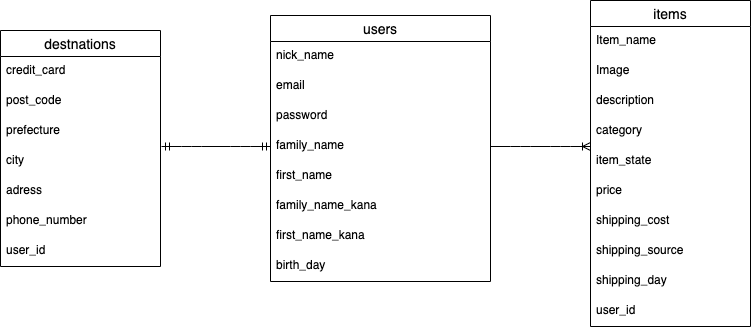
The draw.io diagram ERD.png in sochi0720/furima-33467, before a commit. Source tidied: cells renumbered, new cells last; positions are measured from the earlier drawing's top-left corner, leaving out a move shared by most shapes. The source it was exported from:
```xml
<mxGraphModel>
  <root>
    <mxCell id="0" />
    <mxCell id="1" parent="0" />
    <mxCell id="2" value="items" style="swimlane;fontStyle=0;horizontal=1;startSize=26;align=center;fontSize=14;" parent="1" vertex="1">
      <mxGeometry x="590" width="160" height="326" as="geometry" />
    </mxCell>
    <mxCell id="3" value="Item_name" style="text;strokeColor=none;fillColor=none;spacingLeft=4;spacingRight=4;overflow=hidden;fontSize=12;" parent="2" vertex="1">
      <mxGeometry y="26" width="160" height="30" as="geometry" />
    </mxCell>
    <mxCell id="4" value="Image" style="text;strokeColor=none;fillColor=none;spacingLeft=4;spacingRight=4;overflow=hidden;fontSize=12;" parent="2" vertex="1">
      <mxGeometry y="56" width="160" height="30" as="geometry" />
    </mxCell>
    <mxCell id="5" value="description" style="text;strokeColor=none;fillColor=none;spacingLeft=4;spacingRight=4;overflow=hidden;fontSize=12;" parent="2" vertex="1">
      <mxGeometry y="86" width="160" height="30" as="geometry" />
    </mxCell>
    <mxCell id="6" value="category" style="text;strokeColor=none;fillColor=none;spacingLeft=4;spacingRight=4;overflow=hidden;fontSize=12;" parent="2" vertex="1">
      <mxGeometry y="116" width="160" height="30" as="geometry" />
    </mxCell>
    <mxCell id="7" value="item_state" style="text;strokeColor=none;fillColor=none;spacingLeft=4;spacingRight=4;overflow=hidden;fontSize=12;" parent="2" vertex="1">
      <mxGeometry y="146" width="160" height="30" as="geometry" />
    </mxCell>
    <mxCell id="8" value="price" style="text;strokeColor=none;fillColor=none;spacingLeft=4;spacingRight=4;overflow=hidden;fontSize=12;" parent="2" vertex="1">
      <mxGeometry y="176" width="160" height="30" as="geometry" />
    </mxCell>
    <mxCell id="9" value="shipping_cost" style="text;strokeColor=none;fillColor=none;spacingLeft=4;spacingRight=4;overflow=hidden;fontSize=12;" parent="2" vertex="1">
      <mxGeometry y="206" width="160" height="30" as="geometry" />
    </mxCell>
    <mxCell id="10" value="shipping_source" style="text;strokeColor=none;fillColor=none;spacingLeft=4;spacingRight=4;overflow=hidden;fontSize=12;" parent="2" vertex="1">
      <mxGeometry y="236" width="160" height="30" as="geometry" />
    </mxCell>
    <mxCell id="11" value="shipping_day" style="text;strokeColor=none;fillColor=none;spacingLeft=4;spacingRight=4;overflow=hidden;fontSize=12;" parent="2" vertex="1">
      <mxGeometry y="266" width="160" height="30" as="geometry" />
    </mxCell>
    <mxCell id="12" value="user_id" style="text;strokeColor=none;fillColor=none;spacingLeft=4;spacingRight=4;overflow=hidden;fontSize=12;" parent="2" vertex="1">
      <mxGeometry y="296" width="160" height="30" as="geometry" />
    </mxCell>
    <mxCell id="13" value="destnations" style="swimlane;fontStyle=0;horizontal=1;startSize=26;align=center;fontSize=14;" parent="1" vertex="1">
      <mxGeometry y="30" width="160" height="236" as="geometry" />
    </mxCell>
    <mxCell id="14" value="credit_card" style="text;strokeColor=none;fillColor=none;spacingLeft=4;spacingRight=4;overflow=hidden;fontSize=12;" parent="13" vertex="1">
      <mxGeometry y="26" width="160" height="30" as="geometry" />
    </mxCell>
    <mxCell id="15" value="post_code" style="text;strokeColor=none;fillColor=none;spacingLeft=4;spacingRight=4;overflow=hidden;fontSize=12;" parent="13" vertex="1">
      <mxGeometry y="56" width="160" height="30" as="geometry" />
    </mxCell>
    <mxCell id="16" value="prefecture" style="text;strokeColor=none;fillColor=none;spacingLeft=4;spacingRight=4;overflow=hidden;fontSize=12;" parent="13" vertex="1">
      <mxGeometry y="86" width="160" height="30" as="geometry" />
    </mxCell>
    <mxCell id="17" style="edgeStyle=entityRelationEdgeStyle;fontSize=12;html=1;endArrow=ERmandOne;startArrow=ERmandOne;" parent="13" edge="1">
      <mxGeometry relative="1" as="geometry">
        <mxPoint x="161" y="116" as="sourcePoint" />
        <mxPoint x="270" y="116" as="targetPoint" />
      </mxGeometry>
    </mxCell>
    <mxCell id="18" value="city" style="text;strokeColor=none;fillColor=none;spacingLeft=4;spacingRight=4;overflow=hidden;fontSize=12;" parent="13" vertex="1">
      <mxGeometry y="116" width="160" height="30" as="geometry" />
    </mxCell>
    <mxCell id="19" value="adress" style="text;strokeColor=none;fillColor=none;spacingLeft=4;spacingRight=4;overflow=hidden;fontSize=12;" parent="13" vertex="1">
      <mxGeometry y="146" width="160" height="30" as="geometry" />
    </mxCell>
    <mxCell id="20" value="phone_number" style="text;strokeColor=none;fillColor=none;spacingLeft=4;spacingRight=4;overflow=hidden;fontSize=12;" parent="13" vertex="1">
      <mxGeometry y="176" width="160" height="30" as="geometry" />
    </mxCell>
    <mxCell id="21" value="user_id" style="text;strokeColor=none;fillColor=none;spacingLeft=4;spacingRight=4;overflow=hidden;fontSize=12;" parent="13" vertex="1">
      <mxGeometry y="206" width="160" height="30" as="geometry" />
    </mxCell>
    <mxCell id="22" value="users" style="swimlane;fontStyle=0;horizontal=1;startSize=26;align=center;fontSize=14;" parent="1" vertex="1">
      <mxGeometry x="270" y="15" width="220" height="266" as="geometry" />
    </mxCell>
    <mxCell id="23" value="nick_name" style="text;strokeColor=none;fillColor=none;spacingLeft=4;spacingRight=4;overflow=hidden;fontSize=12;" parent="22" vertex="1">
      <mxGeometry y="26" width="220" height="30" as="geometry" />
    </mxCell>
    <mxCell id="24" value="email" style="text;strokeColor=none;fillColor=none;spacingLeft=4;spacingRight=4;overflow=hidden;fontSize=12;" parent="22" vertex="1">
      <mxGeometry y="56" width="220" height="30" as="geometry" />
    </mxCell>
    <mxCell id="25" value="password" style="text;strokeColor=none;fillColor=none;spacingLeft=4;spacingRight=4;overflow=hidden;fontSize=12;" parent="22" vertex="1">
      <mxGeometry y="86" width="220" height="30" as="geometry" />
    </mxCell>
    <mxCell id="26" value="family_name" style="text;strokeColor=none;fillColor=none;spacingLeft=4;spacingRight=4;overflow=hidden;points=[[0,0.5],[1,0.5]];portConstraint=eastwest;fontSize=12;" parent="22" vertex="1">
      <mxGeometry y="116" width="220" height="30" as="geometry" />
    </mxCell>
    <mxCell id="27" value="first_name" style="text;strokeColor=none;fillColor=none;spacingLeft=4;spacingRight=4;overflow=hidden;fontSize=12;" parent="22" vertex="1">
      <mxGeometry y="146" width="220" height="30" as="geometry" />
    </mxCell>
    <mxCell id="28" value="family_name_kana" style="text;strokeColor=none;fillColor=none;spacingLeft=4;spacingRight=4;overflow=hidden;fontSize=12;" parent="22" vertex="1">
      <mxGeometry y="176" width="220" height="30" as="geometry" />
    </mxCell>
    <mxCell id="29" value="first_name_kana" style="text;strokeColor=none;fillColor=none;spacingLeft=4;spacingRight=4;overflow=hidden;fontSize=12;" parent="22" vertex="1">
      <mxGeometry y="206" width="220" height="30" as="geometry" />
    </mxCell>
    <mxCell id="30" value="birth_day" style="text;strokeColor=none;fillColor=none;spacingLeft=4;spacingRight=4;overflow=hidden;fontSize=12;" parent="22" vertex="1">
      <mxGeometry y="236" width="220" height="30" as="geometry" />
    </mxCell>
    <mxCell id="31" style="edgeStyle=entityRelationEdgeStyle;fontSize=12;html=1;endArrow=ERoneToMany;exitX=1;exitY=0.5;exitDx=0;exitDy=0;" parent="1" edge="1" source="26">
      <mxGeometry relative="1" as="geometry">
        <mxPoint x="590" y="146" as="targetPoint" />
      </mxGeometry>
    </mxCell>
  </root>
</mxGraphModel>
```
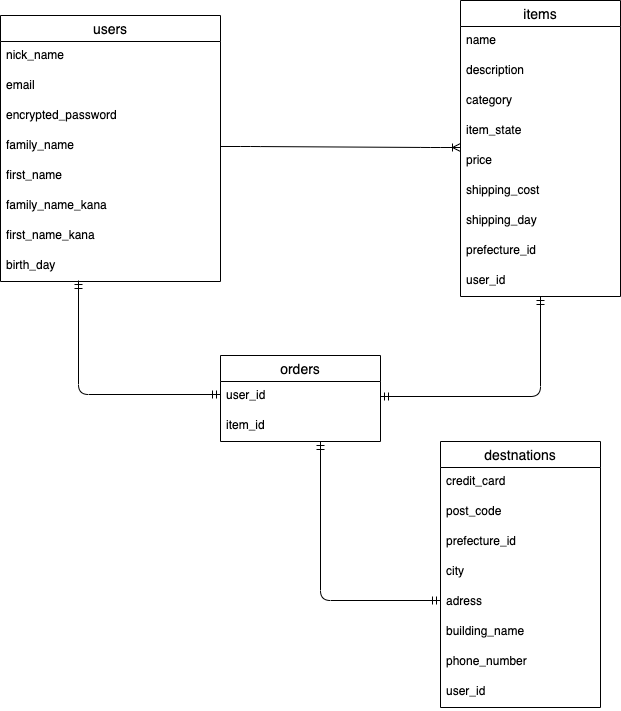
Above is the later version.

Change to the diagram source:
```diff
@@ -3,40 +3,37 @@
     <mxCell id="0" />
     <mxCell id="1" parent="0" />
     <mxCell id="2" value="items" style="swimlane;fontStyle=0;horizontal=1;startSize=26;align=center;fontSize=14;" parent="1" vertex="1">
-      <mxGeometry x="590" width="160" height="326" as="geometry" />
+      <mxGeometry x="500" y="-45" width="160" height="296" as="geometry" />
     </mxCell>
-    <mxCell id="3" value="Item_name" style="text;strokeColor=none;fillColor=none;spacingLeft=4;spacingRight=4;overflow=hidden;fontSize=12;" parent="2" vertex="1">
+    <mxCell id="3" value="name" style="text;strokeColor=none;fillColor=none;spacingLeft=4;spacingRight=4;overflow=hidden;fontSize=12;" parent="2" vertex="1">
       <mxGeometry y="26" width="160" height="30" as="geometry" />
     </mxCell>
-    <mxCell id="4" value="Image" style="text;strokeColor=none;fillColor=none;spacingLeft=4;spacingRight=4;overflow=hidden;fontSize=12;" parent="2" vertex="1">
-      <mxGeometry y="56" width="160" height="30" as="geometry" />
-    </mxCell>
     <mxCell id="5" value="description" style="text;strokeColor=none;fillColor=none;spacingLeft=4;spacingRight=4;overflow=hidden;fontSize=12;" parent="2" vertex="1">
-      <mxGeometry y="86" width="160" height="30" as="geometry" />
+      <mxGeometry y="56" width="160" height="30" as="geometry" />
     </mxCell>
     <mxCell id="6" value="category" style="text;strokeColor=none;fillColor=none;spacingLeft=4;spacingRight=4;overflow=hidden;fontSize=12;" parent="2" vertex="1">
-      <mxGeometry y="116" width="160" height="30" as="geometry" />
+      <mxGeometry y="86" width="160" height="30" as="geometry" />
     </mxCell>
     <mxCell id="7" value="item_state" style="text;strokeColor=none;fillColor=none;spacingLeft=4;spacingRight=4;overflow=hidden;fontSize=12;" parent="2" vertex="1">
-      <mxGeometry y="146" width="160" height="30" as="geometry" />
+      <mxGeometry y="116" width="160" height="30" as="geometry" />
     </mxCell>
     <mxCell id="8" value="price" style="text;strokeColor=none;fillColor=none;spacingLeft=4;spacingRight=4;overflow=hidden;fontSize=12;" parent="2" vertex="1">
-      <mxGeometry y="176" width="160" height="30" as="geometry" />
+      <mxGeometry y="146" width="160" height="30" as="geometry" />
     </mxCell>
     <mxCell id="9" value="shipping_cost" style="text;strokeColor=none;fillColor=none;spacingLeft=4;spacingRight=4;overflow=hidden;fontSize=12;" parent="2" vertex="1">
-      <mxGeometry y="206" width="160" height="30" as="geometry" />
+      <mxGeometry y="176" width="160" height="30" as="geometry" />
     </mxCell>
+    <mxCell id="11" value="shipping_day" style="text;strokeColor=none;fillColor=none;spacingLeft=4;spacingRight=4;overflow=hidden;fontSize=12;" parent="2" vertex="1">
+      <mxGeometry y="206" width="160" height="30" as="geometry" />
+    </mxCell>
-    <mxCell id="10" value="shipping_source" style="text;strokeColor=none;fillColor=none;spacingLeft=4;spacingRight=4;overflow=hidden;fontSize=12;" parent="2" vertex="1">
+    <mxCell id="10" value="prefecture_id" style="text;strokeColor=none;fillColor=none;spacingLeft=4;spacingRight=4;overflow=hidden;fontSize=12;" parent="2" vertex="1">
       <mxGeometry y="236" width="160" height="30" as="geometry" />
     </mxCell>
-    <mxCell id="11" value="shipping_day" style="text;strokeColor=none;fillColor=none;spacingLeft=4;spacingRight=4;overflow=hidden;fontSize=12;" parent="2" vertex="1">
-      <mxGeometry y="266" width="160" height="30" as="geometry" />
-    </mxCell>
     <mxCell id="12" value="user_id" style="text;strokeColor=none;fillColor=none;spacingLeft=4;spacingRight=4;overflow=hidden;fontSize=12;" parent="2" vertex="1">
-      <mxGeometry y="296" width="160" height="30" as="geometry" />
+      <mxGeometry y="266" width="160" height="30" as="geometry" />
     </mxCell>
     <mxCell id="13" value="destnations" style="swimlane;fontStyle=0;horizontal=1;startSize=26;align=center;fontSize=14;" parent="1" vertex="1">
-      <mxGeometry y="30" width="160" height="236" as="geometry" />
+      <mxGeometry x="480" y="396" width="160" height="266" as="geometry" />
     </mxCell>
     <mxCell id="14" value="credit_card" style="text;strokeColor=none;fillColor=none;spacingLeft=4;spacingRight=4;overflow=hidden;fontSize=12;" parent="13" vertex="1">
       <mxGeometry y="26" width="160" height="30" as="geometry" />
@@ -44,29 +41,26 @@
     <mxCell id="15" value="post_code" style="text;strokeColor=none;fillColor=none;spacingLeft=4;spacingRight=4;overflow=hidden;fontSize=12;" parent="13" vertex="1">
       <mxGeometry y="56" width="160" height="30" as="geometry" />
     </mxCell>
-    <mxCell id="16" value="prefecture" style="text;strokeColor=none;fillColor=none;spacingLeft=4;spacingRight=4;overflow=hidden;fontSize=12;" parent="13" vertex="1">
+    <mxCell id="16" value="prefecture_id" style="text;strokeColor=none;fillColor=none;spacingLeft=4;spacingRight=4;overflow=hidden;fontSize=12;" parent="13" vertex="1">
       <mxGeometry y="86" width="160" height="30" as="geometry" />
     </mxCell>
-    <mxCell id="17" style="edgeStyle=entityRelationEdgeStyle;fontSize=12;html=1;endArrow=ERmandOne;startArrow=ERmandOne;" parent="13" edge="1">
-      <mxGeometry relative="1" as="geometry">
-        <mxPoint x="161" y="116" as="sourcePoint" />
-        <mxPoint x="270" y="116" as="targetPoint" />
-      </mxGeometry>
-    </mxCell>
     <mxCell id="18" value="city" style="text;strokeColor=none;fillColor=none;spacingLeft=4;spacingRight=4;overflow=hidden;fontSize=12;" parent="13" vertex="1">
       <mxGeometry y="116" width="160" height="30" as="geometry" />
     </mxCell>
     <mxCell id="19" value="adress" style="text;strokeColor=none;fillColor=none;spacingLeft=4;spacingRight=4;overflow=hidden;fontSize=12;" parent="13" vertex="1">
       <mxGeometry y="146" width="160" height="30" as="geometry" />
     </mxCell>
+    <mxCell id="32" value="building_name&#10;" style="text;strokeColor=none;fillColor=none;spacingLeft=4;spacingRight=4;overflow=hidden;fontSize=12;" parent="13" vertex="1">
+      <mxGeometry y="176" width="160" height="30" as="geometry" />
+    </mxCell>
     <mxCell id="20" value="phone_number" style="text;strokeColor=none;fillColor=none;spacingLeft=4;spacingRight=4;overflow=hidden;fontSize=12;" parent="13" vertex="1">
-      <mxGeometry y="176" width="160" height="30" as="geometry" />
+      <mxGeometry y="206" width="160" height="30" as="geometry" />
     </mxCell>
     <mxCell id="21" value="user_id" style="text;strokeColor=none;fillColor=none;spacingLeft=4;spacingRight=4;overflow=hidden;fontSize=12;" parent="13" vertex="1">
-      <mxGeometry y="206" width="160" height="30" as="geometry" />
+      <mxGeometry y="236" width="160" height="30" as="geometry" />
     </mxCell>
     <mxCell id="22" value="users" style="swimlane;fontStyle=0;horizontal=1;startSize=26;align=center;fontSize=14;" parent="1" vertex="1">
-      <mxGeometry x="270" y="15" width="220" height="266" as="geometry" />
+      <mxGeometry x="40" y="-30" width="220" height="266" as="geometry" />
     </mxCell>
     <mxCell id="23" value="nick_name" style="text;strokeColor=none;fillColor=none;spacingLeft=4;spacingRight=4;overflow=hidden;fontSize=12;" parent="22" vertex="1">
       <mxGeometry y="26" width="220" height="30" as="geometry" />
@@ -74,7 +68,7 @@
     <mxCell id="24" value="email" style="text;strokeColor=none;fillColor=none;spacingLeft=4;spacingRight=4;overflow=hidden;fontSize=12;" parent="22" vertex="1">
       <mxGeometry y="56" width="220" height="30" as="geometry" />
     </mxCell>
-    <mxCell id="25" value="password" style="text;strokeColor=none;fillColor=none;spacingLeft=4;spacingRight=4;overflow=hidden;fontSize=12;" parent="22" vertex="1">
+    <mxCell id="25" value="encrypted_password" style="text;strokeColor=none;fillColor=none;spacingLeft=4;spacingRight=4;overflow=hidden;fontSize=12;" parent="22" vertex="1">
       <mxGeometry y="86" width="220" height="30" as="geometry" />
     </mxCell>
     <mxCell id="26" value="family_name" style="text;strokeColor=none;fillColor=none;spacingLeft=4;spacingRight=4;overflow=hidden;points=[[0,0.5],[1,0.5]];portConstraint=eastwest;fontSize=12;" parent="22" vertex="1">
@@ -94,8 +88,35 @@
     </mxCell>
     <mxCell id="31" style="edgeStyle=entityRelationEdgeStyle;fontSize=12;html=1;endArrow=ERoneToMany;exitX=1;exitY=0.5;exitDx=0;exitDy=0;" parent="1" edge="1" source="26">
       <mxGeometry relative="1" as="geometry">
-        <mxPoint x="590" y="146" as="targetPoint" />
+        <mxPoint x="500" y="102" as="targetPoint" />
       </mxGeometry>
     </mxCell>
+    <mxCell id="33" value="orders" style="swimlane;fontStyle=0;horizontal=1;startSize=26;align=center;fontSize=14;" parent="1" vertex="1">
+      <mxGeometry x="260" y="310" width="160" height="86" as="geometry" />
+    </mxCell>
+    <mxCell id="34" value="user_id" style="text;strokeColor=none;fillColor=none;spacingLeft=4;spacingRight=4;overflow=hidden;fontSize=12;" parent="33" vertex="1">
+      <mxGeometry y="26" width="160" height="30" as="geometry" />
+    </mxCell>
+    <mxCell id="35" value="item_id" style="text;strokeColor=none;fillColor=none;spacingLeft=4;spacingRight=4;overflow=hidden;fontSize=12;" parent="33" vertex="1">
+      <mxGeometry y="56" width="160" height="30" as="geometry" />
+    </mxCell>
+    <mxCell id="36" style="edgeStyle=orthogonalEdgeStyle;fontSize=12;html=1;endArrow=ERmandOne;startArrow=ERmandOne;" parent="1" edge="1">
+      <mxGeometry relative="1" as="geometry">
+        <mxPoint x="260" y="349" as="sourcePoint" />
+        <mxPoint x="118" y="235" as="targetPoint" />
+      </mxGeometry>
+    </mxCell>
+    <mxCell id="37" style="edgeStyle=orthogonalEdgeStyle;fontSize=12;html=1;endArrow=ERmandOne;startArrow=ERmandOne;" parent="1" edge="1">
+      <mxGeometry relative="1" as="geometry">
+        <mxPoint x="420" y="351" as="sourcePoint" />
+        <mxPoint x="580" y="251" as="targetPoint" />
+      </mxGeometry>
+    </mxCell>
+    <mxCell id="38" style="edgeStyle=orthogonalEdgeStyle;fontSize=12;html=1;endArrow=ERmandOne;startArrow=ERmandOne;" parent="1" edge="1">
+      <mxGeometry relative="1" as="geometry">
+        <mxPoint x="480" y="555" as="sourcePoint" />
+        <mxPoint x="360" y="396" as="targetPoint" />
+      </mxGeometry>
+    </mxCell>
   </root>
 </mxGraphModel>
```
